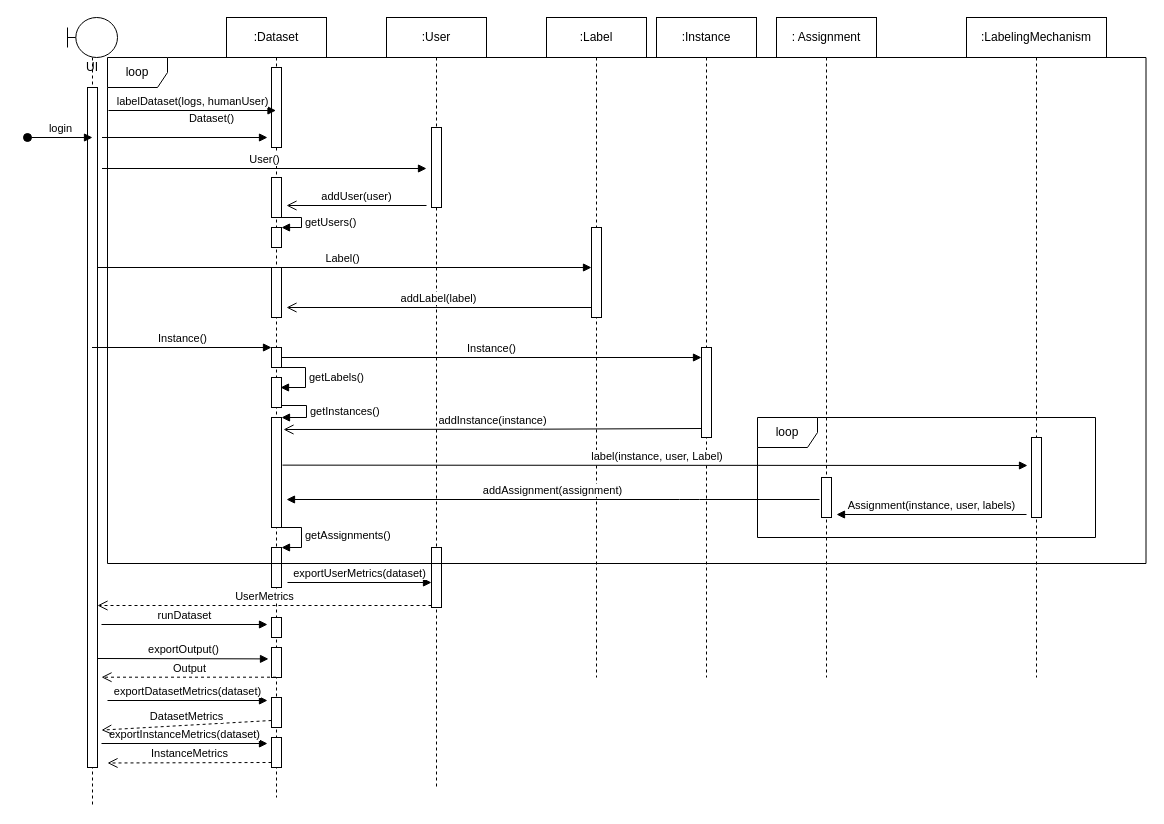
Above: iteration3/DSD.drawio in alperdokay/CSE3063F20P1_GRP20 (draw.io), before the change. Source tidied: cells renumbered, new cells numbered last; positions are measured from the earlier drawing's top-left corner, leaving out a move shared by most shapes. Both pictures are drawn from the tidied source at 100%, with x=0, y=0 at pixel (27, 17).
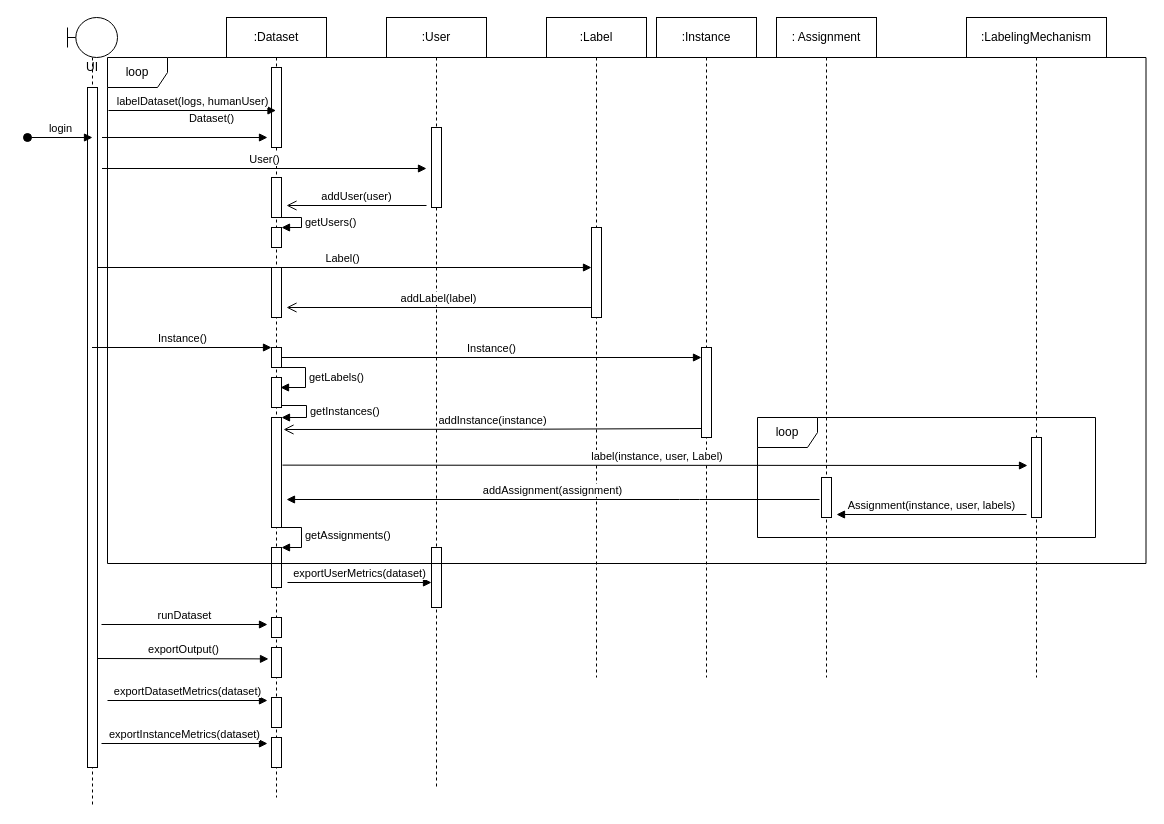
Above is the later version.

Unchanged cells that the change refers to:
```xml
<mxCell id="43" style="html=1;points=[];perimeter=orthogonalPerimeter;" parent="42" vertex="1">
  <mxGeometry x="20" y="70" width="10" height="680" as="geometry" />
</mxCell>
```

The edit, as a diff of the source:
```diff
@@
-    <mxCell id="47" value="Output" style="html=1;verticalAlign=bottom;endArrow=open;dashed=1;endSize=8;entryX=1.4;entryY=0.879;entryDx=0;entryDy=0;entryPerimeter=0;" parent="1" edge="1">
-      <mxGeometry relative="1" as="geometry">
-        <mxPoint x="248.5" y="659.7" as="sourcePoint" />
-        <mxPoint x="74" y="659.7" as="targetPoint" />
-      </mxGeometry>
-    </mxCell>
@@
-    <mxCell id="50" value="DatasetMetrics" style="html=1;verticalAlign=bottom;endArrow=open;dashed=1;endSize=8;exitX=0;exitY=0.95;entryX=1.4;entryY=0.945;entryDx=0;entryDy=0;entryPerimeter=0;" parent="1" edge="1" target="43">
-      <mxGeometry relative="1" as="geometry">
-        <mxPoint x="244" y="703" as="sourcePoint" />
-      </mxGeometry>
-    </mxCell>
-    <mxCell id="51" value="InstanceMetrics" style="html=1;verticalAlign=bottom;endArrow=open;dashed=1;endSize=8;exitX=0;exitY=0.95;" parent="1" edge="1">
-      <mxGeometry relative="1" as="geometry">
-        <mxPoint x="244" y="745" as="sourcePoint" />
-        <mxPoint x="80" y="745.5" as="targetPoint" />
-      </mxGeometry>
-    </mxCell>
@@
-    <mxCell id="53" value="UserMetrics" style="html=1;verticalAlign=bottom;endArrow=open;dashed=1;endSize=8;exitX=0;exitY=0.95;" parent="1" edge="1">
-      <mxGeometry relative="1" as="geometry">
-        <mxPoint x="404" y="588" as="sourcePoint" />
-        <mxPoint x="70" y="588" as="targetPoint" />
-      </mxGeometry>
-    </mxCell>
```
